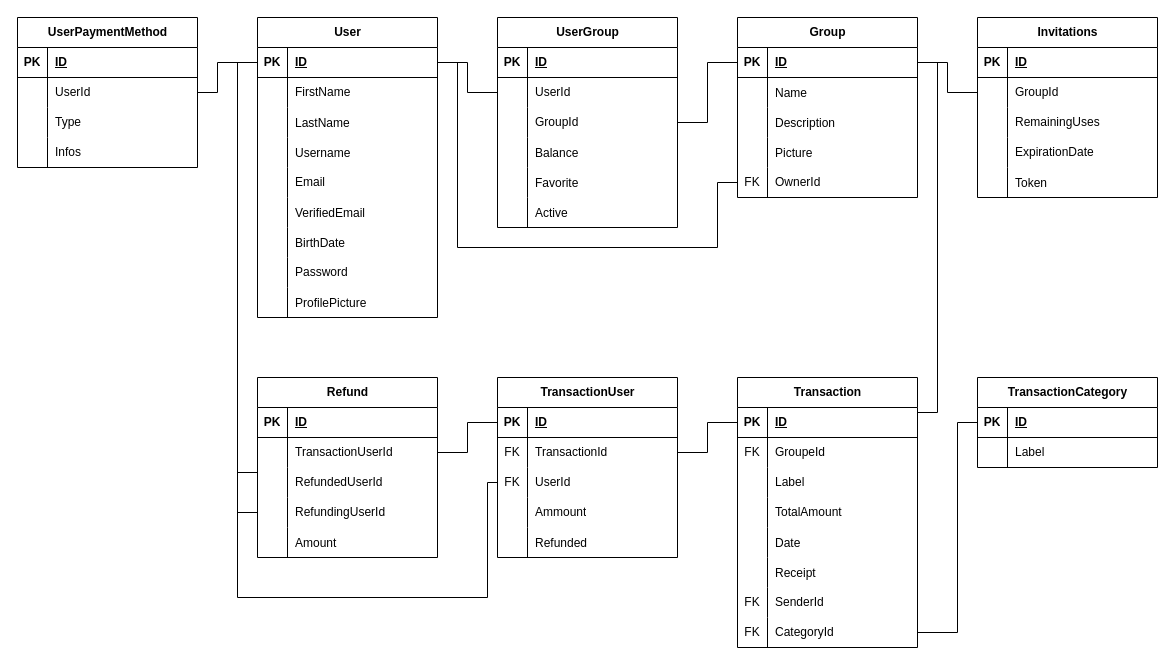
The draw.io diagram Other/Diagramme_BDD.drawio in Titan327/3PROJ, before the edit. Source tidied: cells renumbered, new cells numbered last; positions are measured from the earlier drawing's top-left corner, leaving out a move shared by most shapes. Both pictures are drawn from the tidied source at 100%, with x=0, y=0 at pixel (17, 17).
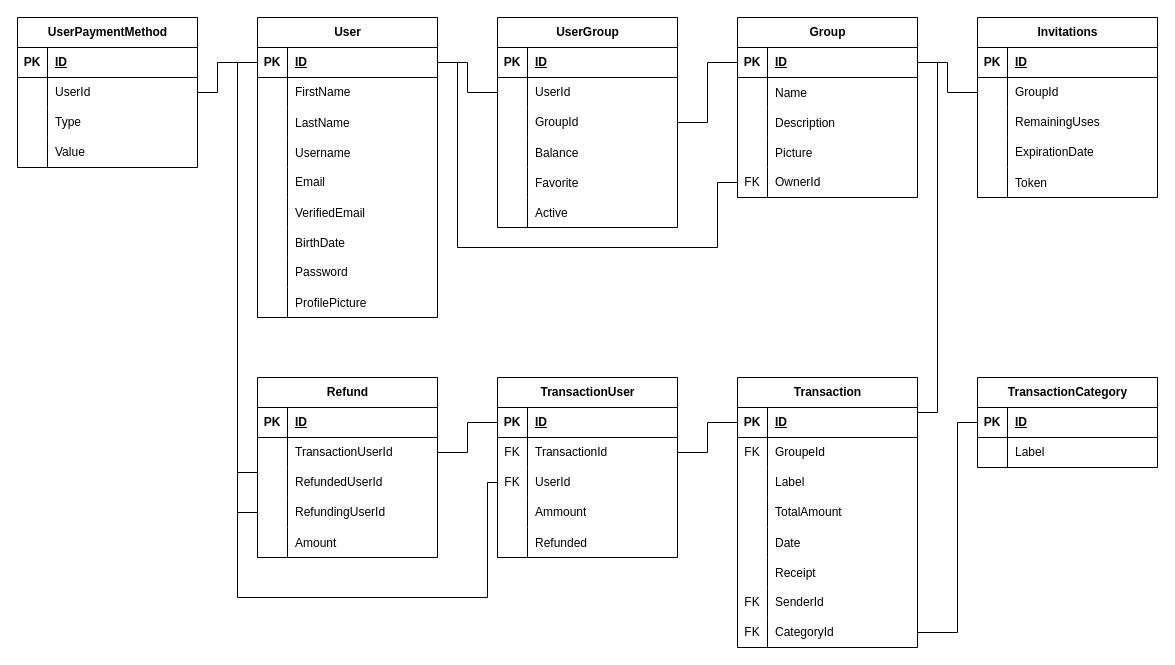
Above is the later version.

The change refers to these unchanged cells:
```xml
<mxCell id="130" style="shape=tableRow;horizontal=0;startSize=0;swimlaneHead=0;swimlaneBody=0;fillColor=none;top=0;left=0;right=0;bottom=0;" parent="120" vertex="1">
  <mxGeometry y="120" width="180" height="30" as="geometry" />
</mxCell>
```

What changed in the source:
```diff
@@
-    <mxCell id="132" value="Infos" style="shape=partialRectangle;fillColor=none;top=0;left=0;bottom=0;right=0;align=left;spacingLeft=6;overflow=hidden;whiteSpace=wrap;html=1;" parent="130" vertex="1">
+    <mxCell id="132" value="Value" style="shape=partialRectangle;fillColor=none;top=0;left=0;bottom=0;right=0;align=left;spacingLeft=6;overflow=hidden;whiteSpace=wrap;html=1;" parent="130" vertex="1">
       <mxGeometry x="30" width="150" height="30" as="geometry" />
     </mxCell>
```
